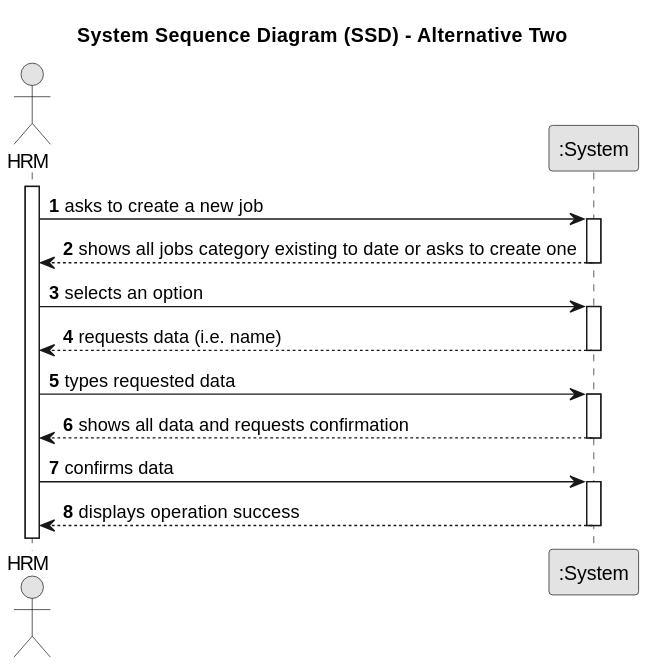
Above: docs/sprintA&B/us002/01.requirements-engineering/svg/us002-system-sequence-diagram-alternative-two.svg in daniel41silva05/ISEP_2023_2024_LAPR2 (PlantUML), before the change.
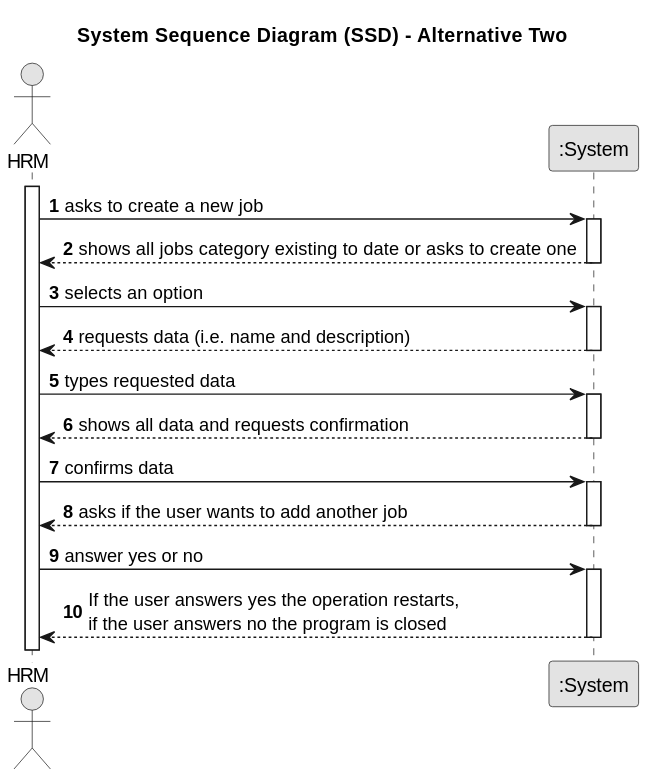
Later version of the same file.

The edit, as a diff of the source:
```diff
@@ -21,7 +21,7 @@
     HRM -> System : selects an option
     activate System
 
-        System --> HRM : requests data (i.e. name)
+        System --> HRM : requests data (i.e. name and description)
     deactivate System
 
     HRM -> System : types requested data
@@ -33,6 +33,13 @@
     HRM -> System : confirms data
     activate System
 
-        System --> HRM : displays operation success
+        System --> HRM : asks if the user wants to add another job
     deactivate System
+
+
+    HRM -> System : answer yes or no
+    activate System
+
+            System --> HRM : If the user answers yes the operation restarts,\nif the user answers no the program is closed
+        deactivate System
 @enduml
```
